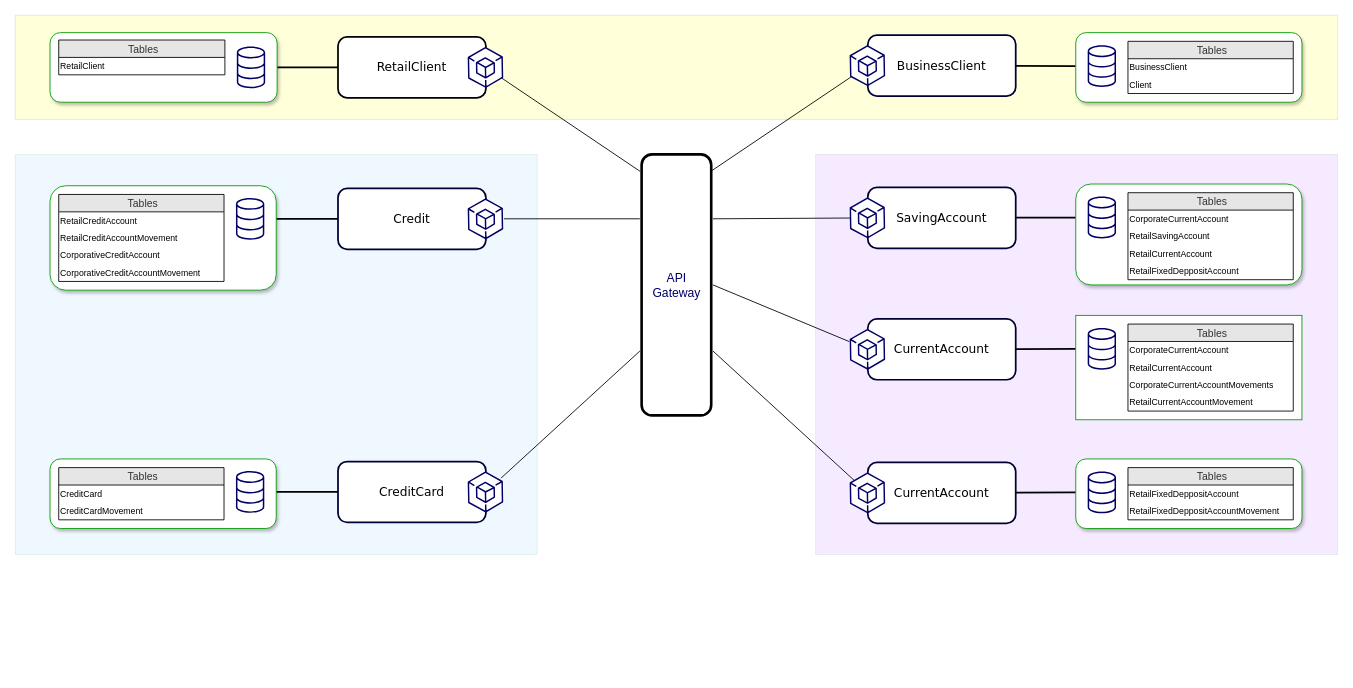
BootCampNttData/diagramas keeps this draw.io diagram as Semana02/DiagramaMicroServicios-S02.drawio. Above is the earlier version. Source tidied: cells renumbered, new cells numbered last; positions are measured from the earlier drawing's top-left corner, leaving out a move shared by most shapes. Both pictures are drawn from the tidied source at 87%, with x=0, y=0 at pixel (15, 15).
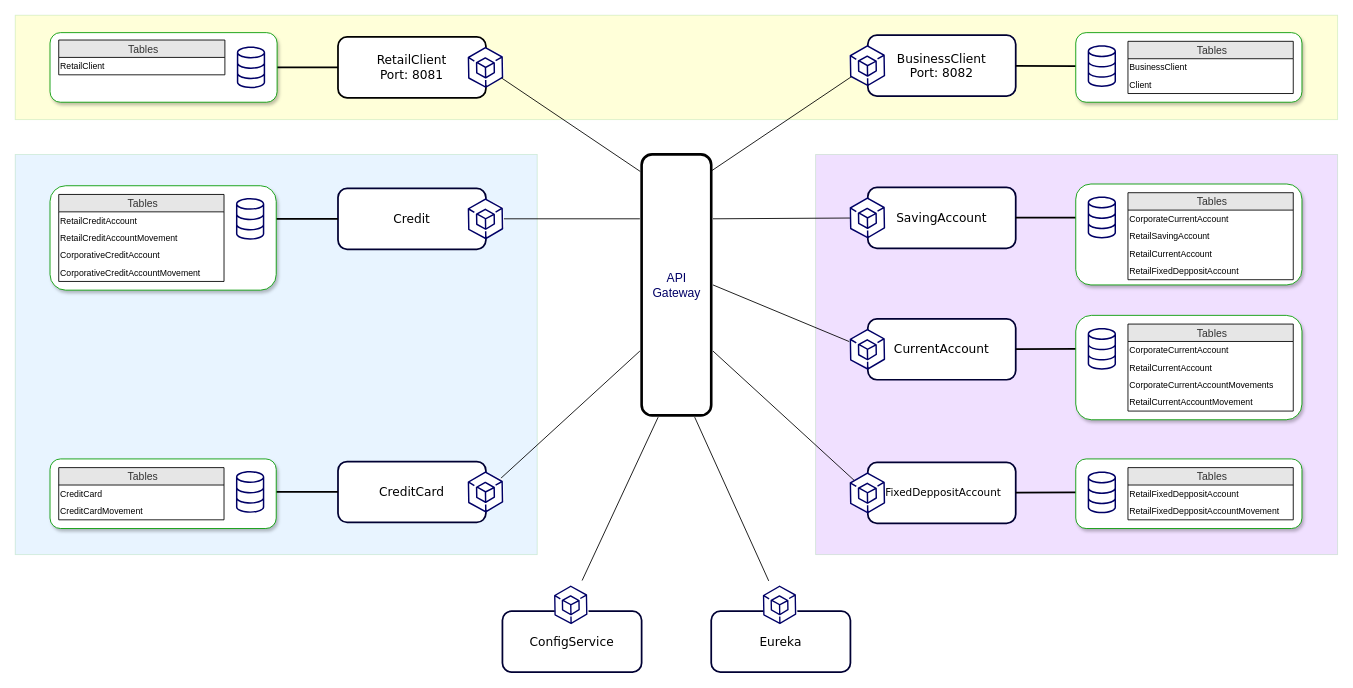
Above is the later version.

Unchanged cells that the change refers to:
```xml
<mxCell id="6" value="API&lt;br&gt;Gateway" style="html=1;fontSize=14;fontColor=#000066;strokeColor=default;fillColor=none;gradientColor=none;gradientDirection=south;labelBackgroundColor=none;perimeterSpacing=2;rounded=1;shadow=0;glass=0;strokeWidth=3;" parent="1" vertex="1">
  <mxGeometry x="720" y="160" width="80" height="300" as="geometry" />
</mxCell>
<mxCell id="37" style="group;" parent="1" vertex="1">
  <mxGeometry x="950" y="510" width="529" height="80" as="geometry" />
</mxCell>
<mxCell id="65" style="group;" parent="1" vertex="1">
  <mxGeometry x="950" y="345" width="529" height="120" as="geometry" />
</mxCell>
<mxCell id="80" style="group;shadow=1;rounded=1;glass=0;" parent="1" vertex="1">
  <mxGeometry x="950" y="20" width="529" height="80" as="geometry" />
</mxCell>
```

Change to the diagram source:
```diff
@@
-    <mxCell id="2" style="rounded=0;whiteSpace=wrap;html=1;shadow=0;glass=0;strokeColor=#009900;fillColor=#9933FF;opacity=10;sketch=0;gradientColor=none;gradientDirection=north;" parent="1" vertex="1">
+    <mxCell id="2" style="rounded=0;whiteSpace=wrap;html=1;shadow=0;glass=0;strokeColor=#009900;fillColor=#9933FF;opacity=15;sketch=0;gradientColor=none;gradientDirection=north;" parent="1" vertex="1">
       <mxGeometry x="920" y="160" width="600" height="460" as="geometry" />
     </mxCell>
-    <mxCell id="3" style="rounded=0;whiteSpace=wrap;html=1;shadow=0;glass=0;strokeColor=#009900;fillColor=#66B2FF;opacity=10;sketch=0;gradientColor=none;gradientDirection=north;" parent="1" vertex="1">
+    <mxCell id="3" style="rounded=0;whiteSpace=wrap;html=1;shadow=0;glass=0;strokeColor=#009900;fillColor=#66B2FF;opacity=15;sketch=0;gradientColor=none;gradientDirection=north;" parent="1" vertex="1">
       <mxGeometry y="160" width="600" height="460" as="geometry" />
     </mxCell>
@@
+    <mxCell id="107" style="edgeStyle=none;rounded=0;jettySize=auto;html=1;exitX=0.25;exitY=1;exitDx=0;exitDy=0;fontSize=12;endArrow=none;endFill=0;" parent="1" edge="1" source="6" target="113">
+      <mxGeometry relative="1" as="geometry" />
+    </mxCell>
+    <mxCell id="108" style="edgeStyle=none;rounded=0;jettySize=auto;html=1;exitX=0.75;exitY=1;exitDx=0;exitDy=0;fontSize=12;endArrow=none;endFill=0;" parent="1" edge="1" source="6" target="118">
+      <mxGeometry relative="1" as="geometry" />
+    </mxCell>
@@
-    <mxCell id="11" value="RetailClient" style="rounded=1;whiteSpace=wrap;html=1;shadow=0;labelBackgroundColor=none;strokeWidth=2;fontFamily=Verdana;fontSize=14;align=center;strokeColor=#000000;" parent="1" vertex="1">
+    <mxCell id="11" value="RetailClient&lt;br&gt;Port: 8081" style="rounded=1;whiteSpace=wrap;html=1;shadow=0;labelBackgroundColor=none;strokeWidth=2;fontFamily=Verdana;fontSize=14;align=center;strokeColor=#000000;" parent="1" vertex="1">
       <mxGeometry x="371" y="25" width="170" height="70" as="geometry" />
     </mxCell>
@@
-    <mxCell id="38" value="CurrentAccount" style="rounded=1;whiteSpace=wrap;html=1;shadow=0;labelBackgroundColor=none;strokeWidth=2;fontFamily=Verdana;fontSize=14;align=center;strokeColor=#000033;" parent="37" vertex="1">
+    <mxCell id="38" value="FixedDeppositAccount" style="rounded=1;whiteSpace=wrap;html=1;shadow=0;labelBackgroundColor=none;strokeWidth=2;fontFamily=Verdana;fontSize=12;align=center;strokeColor=#000033;spacingLeft=4;" parent="37" vertex="1">
       <mxGeometry x="30" y="4" width="170" height="70" as="geometry" />
     </mxCell>
@@
-    <mxCell id="68" style="whiteSpace=wrap;html=1;fontSize=14;strokeColor=#009900;fillColor=#FFFFFF;gradientColor=none;gradientDirection=south;" parent="65" vertex="1">
+    <mxCell id="68" style="whiteSpace=wrap;html=1;fontSize=14;strokeColor=#009900;fillColor=#FFFFFF;gradientColor=none;gradientDirection=south;rounded=1;shadow=1;" parent="65" vertex="1">
       <mxGeometry x="269" width="260" height="120" as="geometry" />
     </mxCell>
@@
-    <mxCell id="81" value="BusinessClient" style="rounded=1;whiteSpace=wrap;html=1;shadow=0;labelBackgroundColor=none;strokeWidth=2;fontFamily=Verdana;fontSize=14;align=center;strokeColor=#000033;" parent="80" vertex="1">
+    <mxCell id="81" value="BusinessClient&lt;br&gt;Port: 8082" style="rounded=1;whiteSpace=wrap;html=1;shadow=0;labelBackgroundColor=none;strokeWidth=2;fontFamily=Verdana;fontSize=14;align=center;strokeColor=#000033;" parent="80" vertex="1">
       <mxGeometry x="30" y="3" width="170" height="70" as="geometry" />
     </mxCell>
@@
+    <mxCell id="109" style="group;" parent="1" vertex="1">
+      <mxGeometry x="560" y="650" width="160" height="105" as="geometry" />
+    </mxCell>
+    <mxCell id="110" value="ConfigService" style="rounded=1;whiteSpace=wrap;html=1;shadow=0;labelBackgroundColor=none;strokeWidth=2;fontFamily=Verdana;fontSize=14;align=center;perimeterSpacing=0;strokeColor=#000033;" parent="109" vertex="1">
+      <mxGeometry y="35" width="160" height="70" as="geometry" />
+    </mxCell>
+    <mxCell id="111" style="group;rotation=180;" parent="109" vertex="1">
+      <mxGeometry x="50.8" width="55.5" height="59" as="geometry" />
+    </mxCell>
+    <mxCell id="112" style="html=1;whiteSpace=wrap;shape=isoCube2;backgroundOutline=1;isoAngle=15;strokeColor=#FFFFFF;fillColor=default;gradientColor=none;rotation=-365;" parent="111" vertex="1">
+      <mxGeometry x="9.4" y="7" width="37.6" height="43" as="geometry" />
+    </mxCell>
+    <mxCell id="113" style="sketch=0;outlineConnect=0;fontColor=#232F3E;gradientColor=none;gradientDirection=north;fillColor=none;strokeColor=#000066;dashed=0;verticalLabelPosition=bottom;verticalAlign=top;align=center;html=1;fontSize=12;fontStyle=0;shape=mxgraph.aws4.resourceIcon;resIcon=mxgraph.aws4.tools_and_sdks;rotation=359;" parent="111" vertex="1">
+      <mxGeometry width="55.5" height="55.5" as="geometry" />
+    </mxCell>
+    <mxCell id="114" style="group;" parent="1" vertex="1">
+      <mxGeometry x="800" y="650" width="160" height="105" as="geometry" />
+    </mxCell>
+    <mxCell id="115" value="Eureka" style="rounded=1;whiteSpace=wrap;html=1;shadow=0;labelBackgroundColor=none;strokeWidth=2;fontFamily=Verdana;fontSize=14;align=center;perimeterSpacing=0;strokeColor=#000033;" parent="114" vertex="1">
+      <mxGeometry y="35" width="160" height="70" as="geometry" />
+    </mxCell>
+    <mxCell id="116" style="group;rotation=180;" parent="114" vertex="1">
+      <mxGeometry x="50.8" width="55.5" height="59" as="geometry" />
+    </mxCell>
+    <mxCell id="117" style="html=1;whiteSpace=wrap;shape=isoCube2;backgroundOutline=1;isoAngle=15;strokeColor=#FFFFFF;fillColor=default;gradientColor=none;rotation=-365;" parent="116" vertex="1">
+      <mxGeometry x="9.4" y="7" width="37.6" height="43" as="geometry" />
+    </mxCell>
+    <mxCell id="118" style="sketch=0;outlineConnect=0;fontColor=#232F3E;gradientColor=none;gradientDirection=north;fillColor=none;strokeColor=#000066;dashed=0;verticalLabelPosition=bottom;verticalAlign=top;align=center;html=1;fontSize=12;fontStyle=0;shape=mxgraph.aws4.resourceIcon;resIcon=mxgraph.aws4.tools_and_sdks;rotation=359;" parent="116" vertex="1">
+      <mxGeometry width="55.5" height="55.5" as="geometry" />
+    </mxCell>
```
